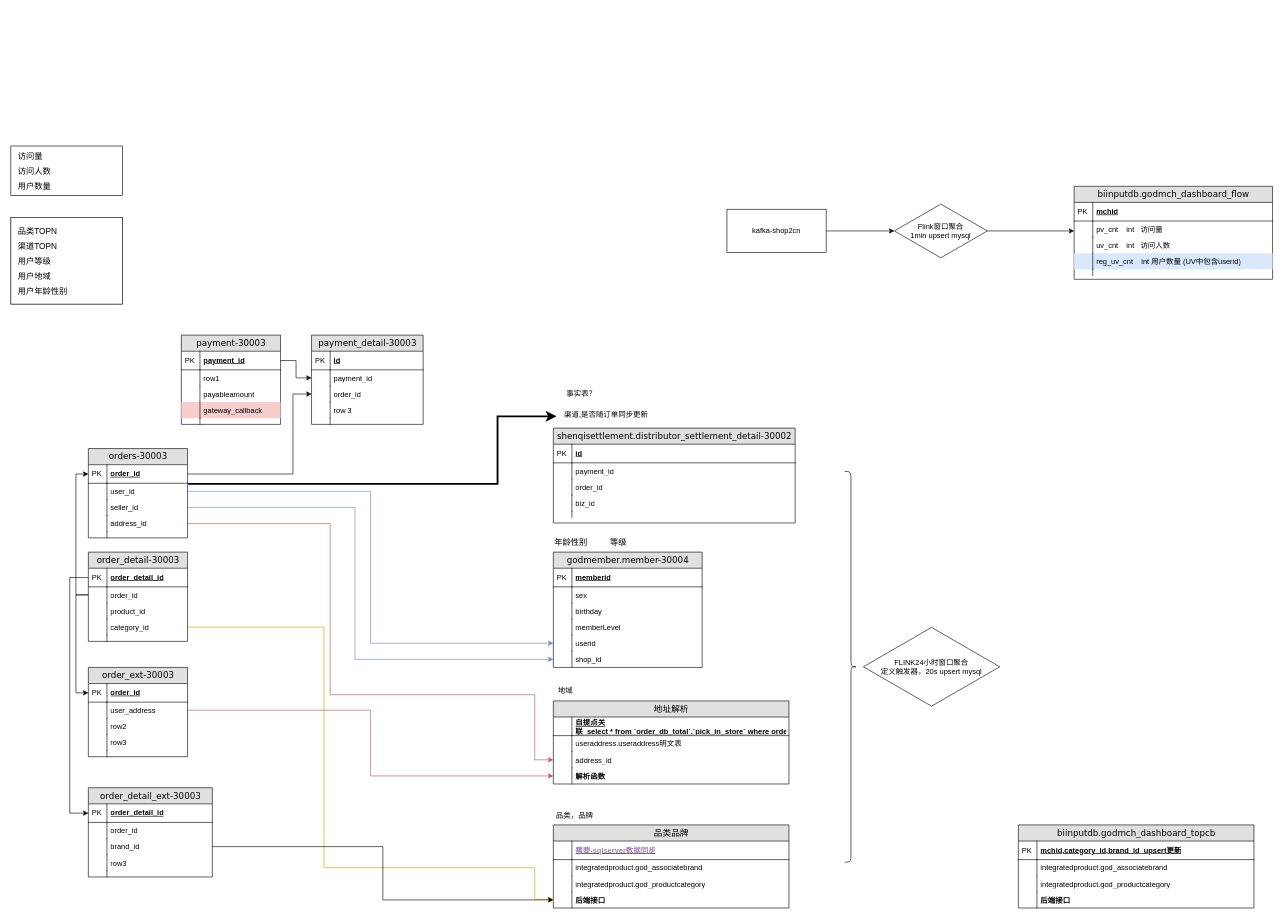
Before: 未命名绘图.drawio in langfu54/BigData-Drawings, a draw.io diagram. Source tidied: cells renumbered, new cells numbered last; positions are measured from the earlier drawing's top-left corner, leaving out a move shared by most shapes. Both pictures are drawn from the tidied source at 62%, with x=0, y=0 at pixel (11, 143).
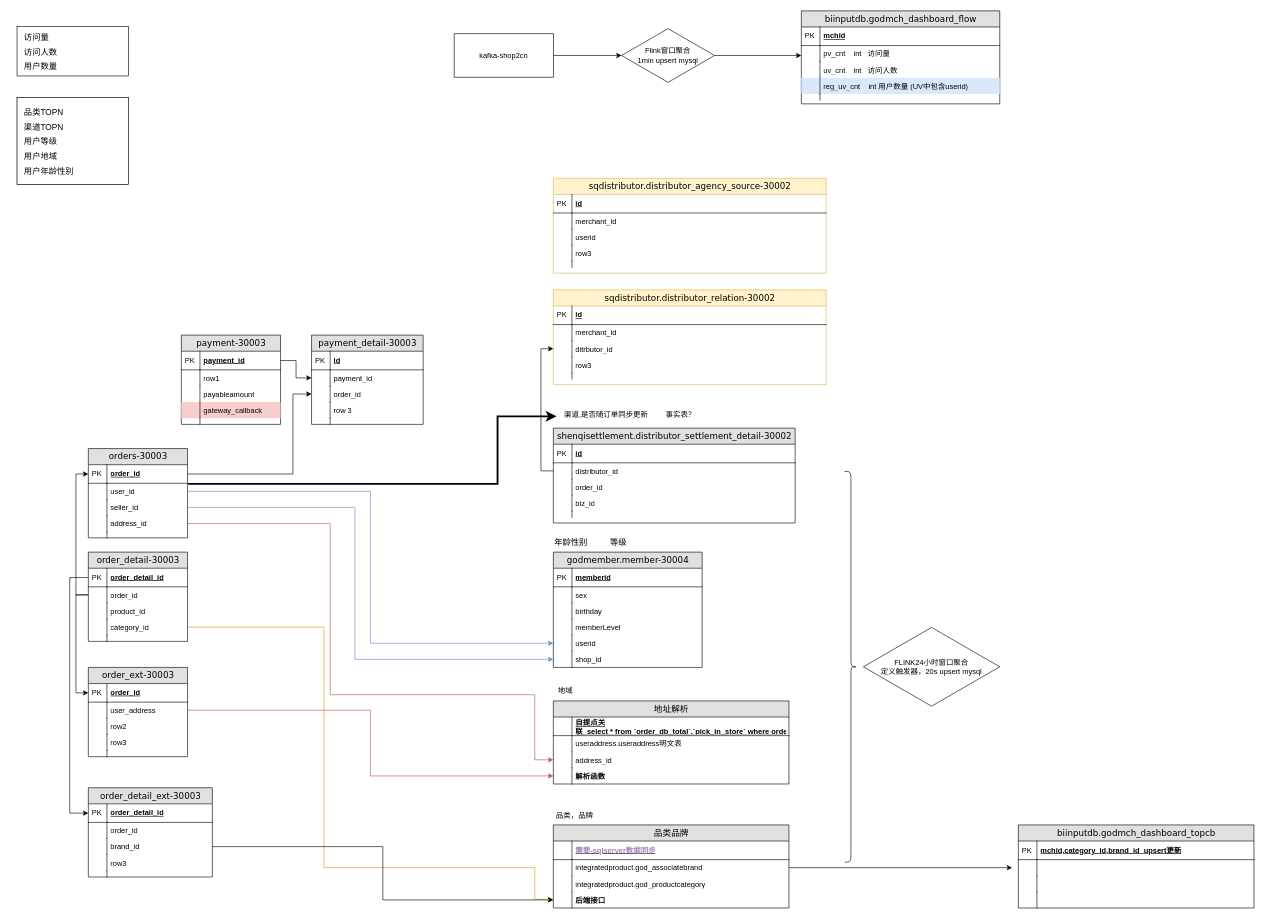
Above is the later version.

Commit message:
更新未命名绘图.drawio

Unchanged cells that the change refers to:
```xml
<mxCell id="66" value="shenqisettlement.distributor_settlement_detail-30002" style="swimlane;html=1;fontStyle=0;horizontal=1;startSize=26;fillColor=#e0e0e0;swimlaneFillColor=#ffffff;align=center;rounded=0;shadow=0;comic=0;labelBackgroundColor=none;strokeWidth=1;fontFamily=Verdana;fontSize=14;" parent="1" vertex="1">
  <mxGeometry x="875" y="460" width="390" height="153" as="geometry" />
</mxCell>
<mxCell id="136" value="integratedproduct.god_associatebrand" style="shape=partialRectangle;top=0;left=0;right=0;bottom=0;html=1;align=left;verticalAlign=top;fillColor=none;spacingLeft=34;spacingRight=4;whiteSpace=wrap;overflow=hidden;points=[[0,0.5],[1,0.5]];portConstraint=eastwest;" parent="133" vertex="1">
  <mxGeometry y="56" width="380" height="26" as="geometry" />
</mxCell>
<mxCell id="152" value="biinputdb.godmch_dashboard_topcb" style="swimlane;html=1;fontStyle=0;horizontal=1;startSize=26;fillColor=#e0e0e0;swimlaneFillColor=#ffffff;align=center;rounded=0;shadow=0;comic=0;labelBackgroundColor=none;strokeWidth=1;fontFamily=Verdana;fontSize=14;" parent="1" vertex="1">
  <mxGeometry x="1625" y="1100" width="380" height="134" as="geometry" />
</mxCell>
```

Diff of the diagram source:
```diff
@@
     <mxCell id="13" style="group;" parent="1" vertex="1">
-      <mxGeometry width="180" height="90" as="geometry" />
+      <mxGeometry x="10" y="-193" width="180" height="90" as="geometry" />
     </mxCell>
@@
     <mxCell id="16" style="group;fillColor=#dae8fc;strokeColor=#6c8ebf;" parent="1" vertex="1">
-      <mxGeometry y="120" width="180" height="140" as="geometry" />
+      <mxGeometry x="10" y="-73" width="180" height="140" as="geometry" />
     </mxCell>
@@
     <mxCell id="19" value="biinputdb.godmch_dashboard_flow" style="swimlane;html=1;fontStyle=0;horizontal=1;startSize=26;fillColor=#e0e0e0;swimlaneFillColor=#ffffff;align=center;rounded=0;shadow=0;comic=0;labelBackgroundColor=none;strokeWidth=1;fontFamily=Verdana;fontSize=14;swimlaneLine=1;" parent="1" vertex="1">
-      <mxGeometry x="1715" y="70" width="320" height="150" as="geometry" />
+      <mxGeometry x="1275" y="-213" width="320" height="150" as="geometry" />
     </mxCell>
@@
-    <mxCell id="69" value="payment_id" style="shape=partialRectangle;top=0;left=0;right=0;bottom=0;html=1;align=left;verticalAlign=top;fillColor=none;spacingLeft=34;spacingRight=4;whiteSpace=wrap;overflow=hidden;points=[[0,0.5],[1,0.5]];portConstraint=eastwest;" parent="66" vertex="1">
+    <mxCell id="69" value="distributor_id" style="shape=partialRectangle;top=0;left=0;right=0;bottom=0;html=1;align=left;verticalAlign=top;fillColor=none;spacingLeft=34;spacingRight=4;whiteSpace=wrap;overflow=hidden;points=[[0,0.5],[1,0.5]];portConstraint=eastwest;" parent="66" vertex="1">
       <mxGeometry y="56" width="390" height="26" as="geometry" />
     </mxCell>
@@
     <mxCell id="144" value="事实表？" style="text;html=1;align=center;verticalAlign=middle;strokeColor=none;fillColor=none;" parent="1" vertex="1">
-      <mxGeometry x="885" y="390" width="70" height="30" as="geometry" />
+      <mxGeometry x="1045" y="424" width="70" height="30" as="geometry" />
     </mxCell>
@@
     <mxCell id="149" value="kafka-shop2cn" style="html=1;whiteSpace=wrap;fontColor=#000000;" parent="1" vertex="1">
-      <mxGeometry x="1155" y="107" width="160" height="70" as="geometry" />
+      <mxGeometry x="715" y="-176" width="160" height="70" as="geometry" />
     </mxCell>
     <mxCell id="150" style="edgeStyle=orthogonalEdgeStyle;rounded=0;jettySize=auto;html=1;strokeWidth=1;fontColor=#000000;" parent="1" edge="1" source="151">
       <mxGeometry relative="1" as="geometry">
-        <mxPoint x="1715" y="142" as="targetPoint" />
+        <mxPoint x="1275" y="-141" as="targetPoint" />
       </mxGeometry>
     </mxCell>
     <mxCell id="151" value="Flink窗口聚合&lt;br&gt;1min upsert mysql" style="html=1;whiteSpace=wrap;shape=isoRectangle;fontColor=#000000;" parent="1" vertex="1">
-      <mxGeometry x="1425" y="97" width="150" height="90" as="geometry" />
+      <mxGeometry x="985" y="-186" width="150" height="90" as="geometry" />
     </mxCell>
@@
-    <mxCell id="155" value="integratedproduct.god_associatebrand" style="shape=partialRectangle;top=0;left=0;right=0;bottom=0;html=1;align=left;verticalAlign=top;fillColor=none;spacingLeft=34;spacingRight=4;whiteSpace=wrap;overflow=hidden;" parent="152" vertex="1">
+    <mxCell id="155" style="shape=partialRectangle;top=0;left=0;right=0;bottom=0;html=1;align=left;verticalAlign=top;fillColor=none;spacingLeft=34;spacingRight=4;whiteSpace=wrap;overflow=hidden;" parent="152" vertex="1">
       <mxGeometry y="56" width="380" height="26" as="geometry" />
     </mxCell>
@@
-    <mxCell id="157" value="integratedproduct.god_productcategory" style="shape=partialRectangle;top=0;left=0;right=0;bottom=0;html=1;align=left;verticalAlign=top;fillColor=none;spacingLeft=34;spacingRight=4;whiteSpace=wrap;overflow=hidden;" parent="152" vertex="1">
+    <mxCell id="157" style="shape=partialRectangle;top=0;left=0;right=0;bottom=0;html=1;align=left;verticalAlign=top;fillColor=none;spacingLeft=34;spacingRight=4;whiteSpace=wrap;overflow=hidden;" parent="152" vertex="1">
       <mxGeometry y="82" width="380" height="26" as="geometry" />
     </mxCell>
@@
-    <mxCell id="159" value="&lt;b&gt;后端接口&lt;/b&gt;" style="shape=partialRectangle;top=0;left=0;right=0;bottom=0;html=1;align=left;verticalAlign=top;fillColor=none;spacingLeft=34;spacingRight=4;whiteSpace=wrap;overflow=hidden;" parent="152" vertex="1">
+    <mxCell id="159" style="shape=partialRectangle;top=0;left=0;right=0;bottom=0;html=1;align=left;verticalAlign=top;fillColor=none;spacingLeft=34;spacingRight=4;whiteSpace=wrap;overflow=hidden;" parent="152" vertex="1">
       <mxGeometry y="108" width="380" height="26" as="geometry" />
     </mxCell>
@@
+    <mxCell id="161" style="edgeStyle=orthogonalEdgeStyle;rounded=0;jettySize=auto;html=1;exitX=1;exitY=0.5;exitDx=0;exitDy=0;strokeWidth=1;fontColor=#000000;" parent="1" edge="1" source="136">
+      <mxGeometry relative="1" as="geometry">
+        <mxPoint x="1615" y="1169" as="targetPoint" />
+      </mxGeometry>
+    </mxCell>
+    <mxCell id="162" value="sqdistributor.distributor_relation-30002" style="swimlane;html=1;fontStyle=0;horizontal=1;startSize=26;fillColor=#fff2cc;swimlaneFillColor=#ffffff;align=center;rounded=0;shadow=0;comic=0;labelBackgroundColor=none;strokeWidth=1;fontFamily=Verdana;fontSize=14;strokeColor=#d6b656;" parent="1" vertex="1">
+      <mxGeometry x="875" y="237" width="440" height="153" as="geometry" />
+    </mxCell>
+    <mxCell id="163" value="id" style="shape=partialRectangle;top=0;left=0;right=0;bottom=1;html=1;align=left;verticalAlign=middle;fillColor=none;spacingLeft=34;spacingRight=4;whiteSpace=wrap;overflow=hidden;fontStyle=5;" parent="162" vertex="1">
+      <mxGeometry y="26" width="440" height="30" as="geometry" />
+    </mxCell>
+    <mxCell id="164" value="PK" style="shape=partialRectangle;top=0;left=0;bottom=0;html=1;fillColor=none;align=left;verticalAlign=middle;spacingLeft=4;spacingRight=4;whiteSpace=wrap;overflow=hidden;" parent="163" vertex="1">
+      <mxGeometry width="30" height="30" as="geometry" />
+    </mxCell>
+    <mxCell id="165" value="merchant_id" style="shape=partialRectangle;top=0;left=0;right=0;bottom=0;html=1;align=left;verticalAlign=top;fillColor=none;spacingLeft=34;spacingRight=4;whiteSpace=wrap;overflow=hidden;" parent="162" vertex="1">
+      <mxGeometry y="56" width="440" height="26" as="geometry" />
+    </mxCell>
+    <mxCell id="166" style="shape=partialRectangle;top=0;left=0;bottom=0;html=1;fillColor=none;align=left;verticalAlign=top;spacingLeft=4;spacingRight=4;whiteSpace=wrap;overflow=hidden;" parent="165" vertex="1">
+      <mxGeometry width="30" height="26" as="geometry" />
+    </mxCell>
+    <mxCell id="167" value="ditrbutor_id" style="shape=partialRectangle;top=0;left=0;right=0;bottom=0;html=1;align=left;verticalAlign=top;fillColor=none;spacingLeft=34;spacingRight=4;whiteSpace=wrap;overflow=hidden;points=[[0,0.5],[1,0.5]];portConstraint=eastwest;" parent="162" vertex="1">
+      <mxGeometry y="82" width="440" height="26" as="geometry" />
+    </mxCell>
+    <mxCell id="168" style="shape=partialRectangle;top=0;left=0;bottom=0;html=1;fillColor=none;align=left;verticalAlign=top;spacingLeft=4;spacingRight=4;whiteSpace=wrap;overflow=hidden;" parent="167" vertex="1">
+      <mxGeometry width="30" height="26" as="geometry" />
+    </mxCell>
+    <mxCell id="169" value="row3" style="shape=partialRectangle;top=0;left=0;right=0;bottom=0;html=1;align=left;verticalAlign=top;fillColor=none;spacingLeft=34;spacingRight=4;whiteSpace=wrap;overflow=hidden;" parent="162" vertex="1">
+      <mxGeometry y="108" width="440" height="26" as="geometry" />
+    </mxCell>
+    <mxCell id="170" style="shape=partialRectangle;top=0;left=0;bottom=0;html=1;fillColor=none;align=left;verticalAlign=top;spacingLeft=4;spacingRight=4;whiteSpace=wrap;overflow=hidden;" parent="169" vertex="1">
+      <mxGeometry width="30" height="26" as="geometry" />
+    </mxCell>
+    <mxCell id="171" style="shape=partialRectangle;top=0;left=0;right=0;bottom=0;html=1;align=left;verticalAlign=top;fillColor=none;spacingLeft=34;spacingRight=4;whiteSpace=wrap;overflow=hidden;" parent="162" vertex="1">
+      <mxGeometry y="134" width="440" height="10" as="geometry" />
+    </mxCell>
+    <mxCell id="172" style="shape=partialRectangle;top=0;left=0;bottom=0;html=1;fillColor=none;align=left;verticalAlign=top;spacingLeft=4;spacingRight=4;whiteSpace=wrap;overflow=hidden;" parent="171" vertex="1">
+      <mxGeometry width="30" height="10" as="geometry" />
+    </mxCell>
+    <mxCell id="173" style="edgeStyle=orthogonalEdgeStyle;rounded=0;jettySize=auto;html=1;exitX=0;exitY=0.5;exitDx=0;exitDy=0;entryX=0;entryY=0.5;entryDx=0;entryDy=0;strokeWidth=1;fontColor=#000000;" parent="1" edge="1" source="69" target="167">
+      <mxGeometry relative="1" as="geometry" />
+    </mxCell>
+    <mxCell id="174" value="sqdistributor.distributor_agency_source-30002" style="swimlane;html=1;fontStyle=0;horizontal=1;startSize=26;fillColor=#fff2cc;swimlaneFillColor=#ffffff;align=center;rounded=0;shadow=0;comic=0;labelBackgroundColor=none;strokeWidth=1;fontFamily=Verdana;fontSize=14;strokeColor=#d6b656;" parent="1" vertex="1">
+      <mxGeometry x="875" y="57" width="440" height="153" as="geometry" />
+    </mxCell>
+    <mxCell id="175" value="id" style="shape=partialRectangle;top=0;left=0;right=0;bottom=1;html=1;align=left;verticalAlign=middle;fillColor=none;spacingLeft=34;spacingRight=4;whiteSpace=wrap;overflow=hidden;fontStyle=5;" parent="174" vertex="1">
+      <mxGeometry y="26" width="440" height="30" as="geometry" />
+    </mxCell>
+    <mxCell id="176" value="PK" style="shape=partialRectangle;top=0;left=0;bottom=0;html=1;fillColor=none;align=left;verticalAlign=middle;spacingLeft=4;spacingRight=4;whiteSpace=wrap;overflow=hidden;" parent="175" vertex="1">
+      <mxGeometry width="30" height="30" as="geometry" />
+    </mxCell>
+    <mxCell id="177" value="merchant_id" style="shape=partialRectangle;top=0;left=0;right=0;bottom=0;html=1;align=left;verticalAlign=top;fillColor=none;spacingLeft=34;spacingRight=4;whiteSpace=wrap;overflow=hidden;" parent="174" vertex="1">
+      <mxGeometry y="56" width="440" height="26" as="geometry" />
+    </mxCell>
+    <mxCell id="178" style="shape=partialRectangle;top=0;left=0;bottom=0;html=1;fillColor=none;align=left;verticalAlign=top;spacingLeft=4;spacingRight=4;whiteSpace=wrap;overflow=hidden;" parent="177" vertex="1">
+      <mxGeometry width="30" height="26" as="geometry" />
+    </mxCell>
+    <mxCell id="179" value="userid" style="shape=partialRectangle;top=0;left=0;right=0;bottom=0;html=1;align=left;verticalAlign=top;fillColor=none;spacingLeft=34;spacingRight=4;whiteSpace=wrap;overflow=hidden;" parent="174" vertex="1">
+      <mxGeometry y="82" width="440" height="26" as="geometry" />
+    </mxCell>
+    <mxCell id="180" style="shape=partialRectangle;top=0;left=0;bottom=0;html=1;fillColor=none;align=left;verticalAlign=top;spacingLeft=4;spacingRight=4;whiteSpace=wrap;overflow=hidden;" parent="179" vertex="1">
+      <mxGeometry width="30" height="26" as="geometry" />
+    </mxCell>
+    <mxCell id="181" value="row3" style="shape=partialRectangle;top=0;left=0;right=0;bottom=0;html=1;align=left;verticalAlign=top;fillColor=none;spacingLeft=34;spacingRight=4;whiteSpace=wrap;overflow=hidden;" parent="174" vertex="1">
+      <mxGeometry y="108" width="440" height="26" as="geometry" />
+    </mxCell>
+    <mxCell id="182" style="shape=partialRectangle;top=0;left=0;bottom=0;html=1;fillColor=none;align=left;verticalAlign=top;spacingLeft=4;spacingRight=4;whiteSpace=wrap;overflow=hidden;" parent="181" vertex="1">
+      <mxGeometry width="30" height="26" as="geometry" />
+    </mxCell>
+    <mxCell id="183" style="shape=partialRectangle;top=0;left=0;right=0;bottom=0;html=1;align=left;verticalAlign=top;fillColor=none;spacingLeft=34;spacingRight=4;whiteSpace=wrap;overflow=hidden;" parent="174" vertex="1">
+      <mxGeometry y="134" width="440" height="10" as="geometry" />
+    </mxCell>
+    <mxCell id="184" style="shape=partialRectangle;top=0;left=0;bottom=0;html=1;fillColor=none;align=left;verticalAlign=top;spacingLeft=4;spacingRight=4;whiteSpace=wrap;overflow=hidden;" parent="183" vertex="1">
+      <mxGeometry width="30" height="10" as="geometry" />
+    </mxCell>
```
